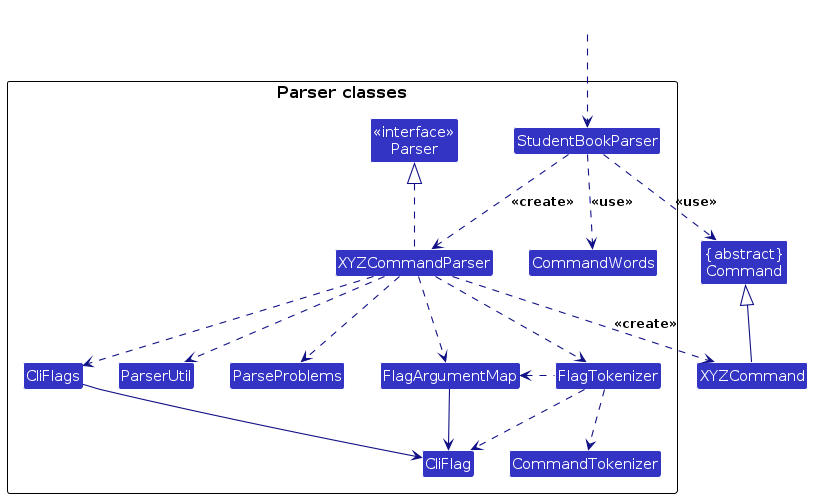
AY2627S1-CS2103T-T16-1/tp keeps this PlantUML diagram as diagrams/ParserClasses.png. Above is the earlier version. Its source is kept beside it as diagrams/ParserClasses.puml.
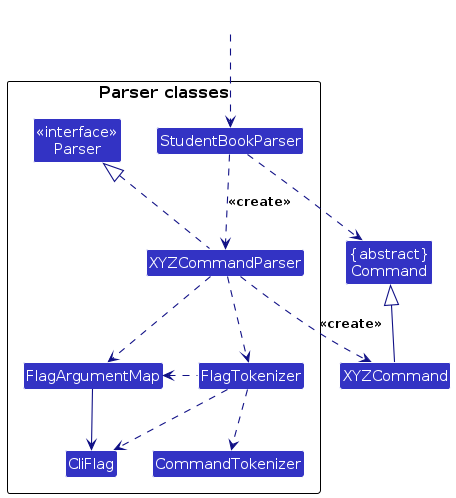
The same file after the commit.

The edit, as a diff of the source:
```diff
@@ -11,33 +11,24 @@
 Class "<<interface>>\nParser" as Parser
 Class StudentBookParser
 Class XYZCommandParser
-Class CliFlags
-Class ParserUtil
 Class FlagArgumentMap
 Class FlagTokenizer
 Class CommandTokenizer
 Class CliFlag
-Class CommandWords
-Class ParseProblems
 }
 
 Class HiddenOutside #FFFFFF
 HiddenOutside ..> StudentBookParser
 
 StudentBookParser .down.> XYZCommandParser: <<create>>
-StudentBookParser ..> CommandWords : <<use>>
 
 XYZCommandParser ..> XYZCommand : <<create>>
-StudentBookParser ..> Command : <<use>>
+StudentBookParser ..> Command
 XYZCommandParser .up.|> Parser
 XYZCommandParser ..> FlagArgumentMap
 XYZCommandParser ..> FlagTokenizer
 FlagTokenizer .left.> FlagArgumentMap
 FlagTokenizer ..> CommandTokenizer
-XYZCommandParser ..> CliFlags
-CliFlags --> CliFlag
-XYZCommandParser ..> ParserUtil
-XYZCommandParser ..> ParseProblems
 FlagArgumentMap -down-> CliFlag
 FlagTokenizer .down.> CliFlag
 XYZCommand -up-|> Command
```
